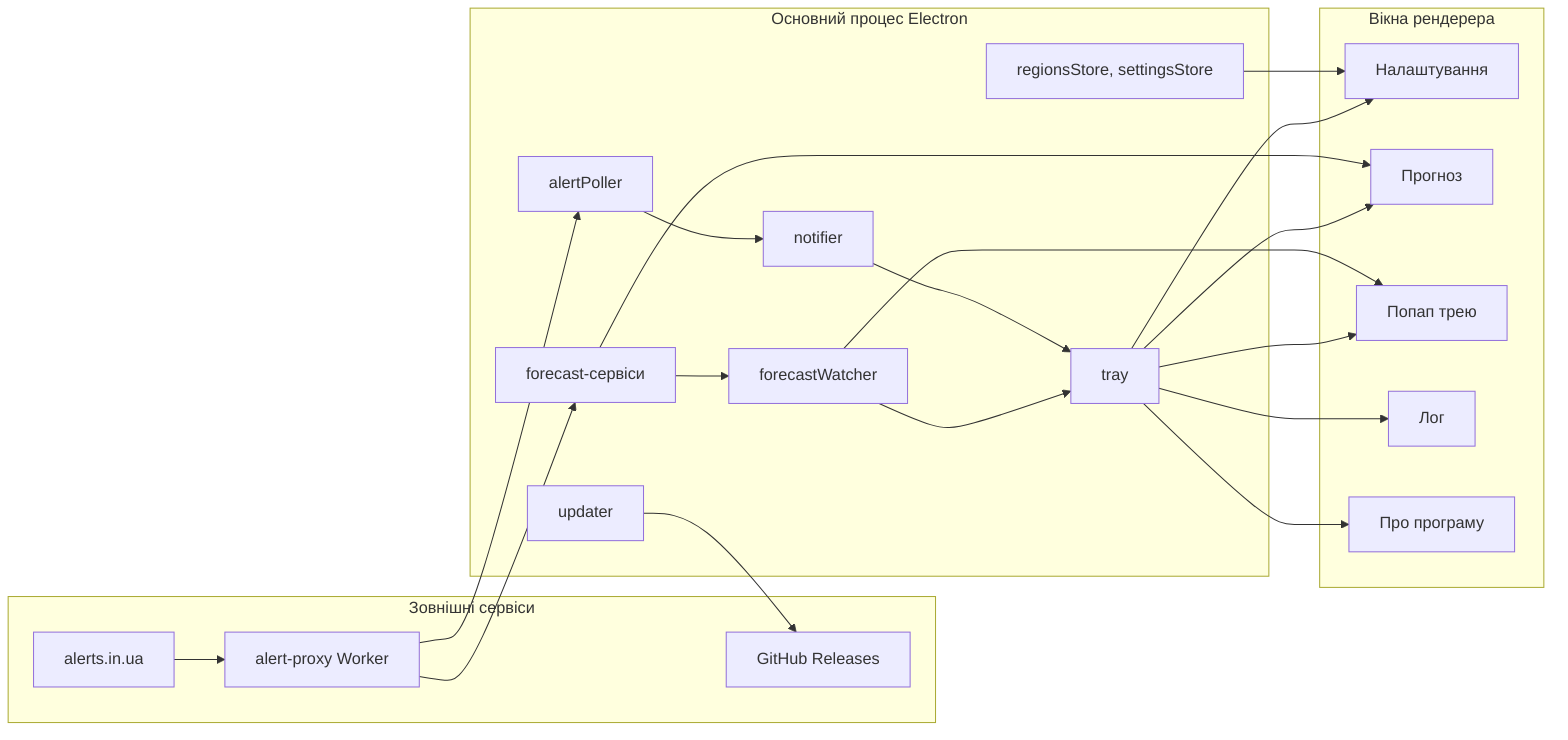
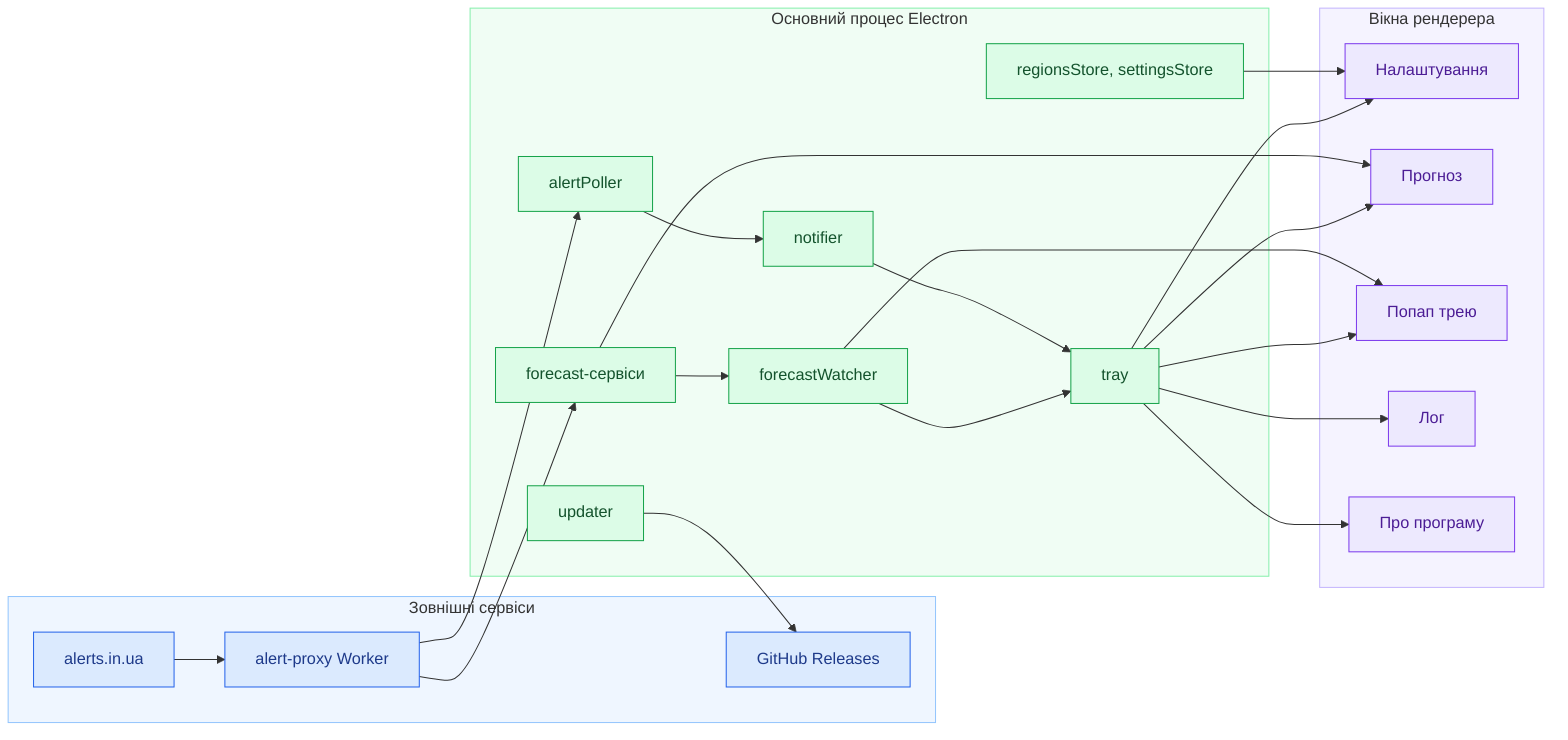
flowchart LR
-     subgraph Зовнішні сервіси
+     subgraph ext[Зовнішні сервіси]
        api[alerts.in.ua]
        proxy[alert-proxy Worker]
        gh[GitHub Releases]
    end

-     subgraph Основний процес Electron
+     subgraph main[Основний процес Electron]
        poller[alertPoller]
        notifier[notifier]
        forecast[forecast-сервіси]
        watcher[forecastWatcher]
        tray[tray]
        stores[regionsStore, settingsStore]
        updater[updater]
    end

-     subgraph Вікна рендерера
+     subgraph win[Вікна рендерера]
        settingsWin[Налаштування]
        forecastWin[Прогноз]
        popup[Попап трею]
        logWin[Лог]
        aboutWin[Про програму]
    end

    api --> proxy
    proxy --> poller
    proxy --> forecast

    poller --> notifier
    notifier --> tray

    forecast --> watcher
    watcher --> tray
    watcher --> popup

    stores --> settingsWin
    forecast --> forecastWin

    tray --> settingsWin
    tray --> forecastWin
    tray --> logWin
    tray --> aboutWin
    tray --> popup

    updater --> gh
+ 
+     classDef extNode fill:#dbeafe,stroke:#2563eb,color:#1e3a8a
+     classDef mainNode fill:#dcfce7,stroke:#16a34a,color:#14532d
+     classDef winNode fill:#ede9fe,stroke:#7c3aed,color:#4c1d95
+ 
+     class api,proxy,gh extNode
+     class poller,notifier,forecast,watcher,tray,stores,updater mainNode
+     class settingsWin,forecastWin,popup,logWin,aboutWin winNode
+ 
+     style ext fill:#eff6ff,stroke:#93c5fd
+     style main fill:#f0fdf4,stroke:#86efac
+     style win fill:#f5f3ff,stroke:#c4b5fd
